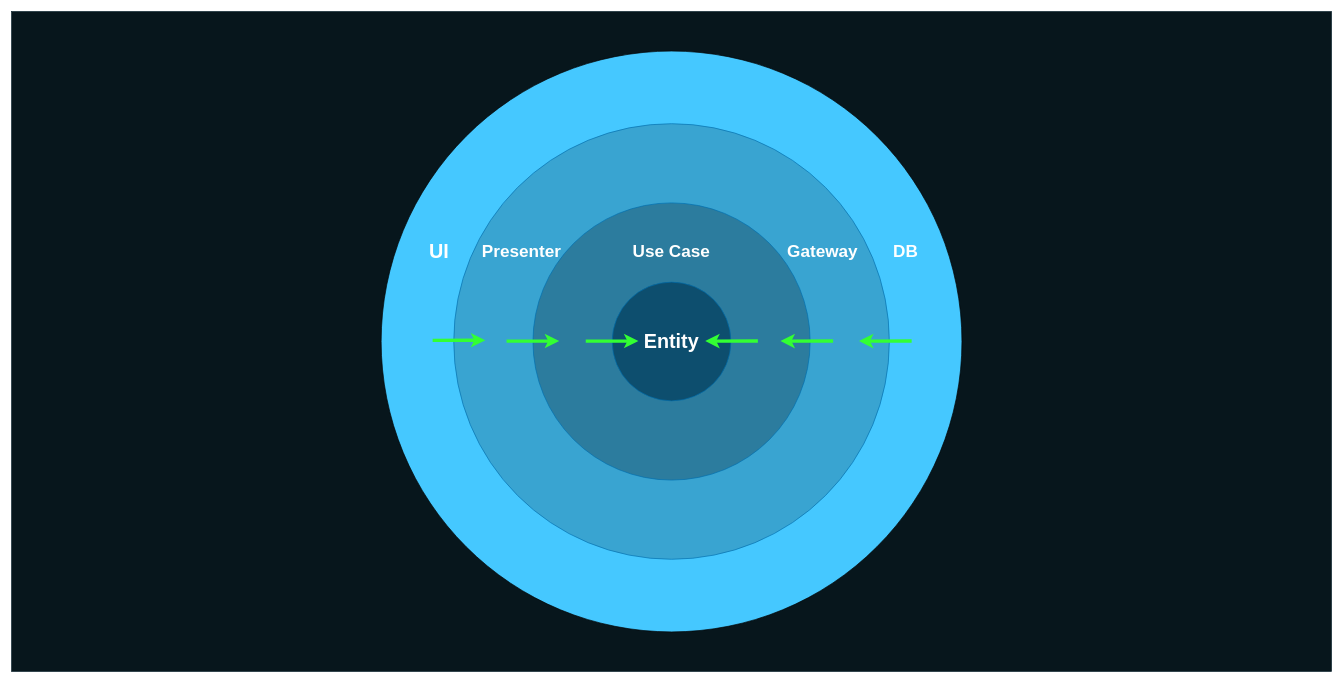
The draw.io diagram deck/ru/diagrams/caLayersUsual.drawio in AlexanderLapygin/ca-react-rest-api-starter, before the edit. Source tidied: cells renumbered, new cells numbered last; positions are measured from the earlier drawing's top-left corner, leaving out a move shared by most shapes. Both pictures are drawn from the tidied source at 66%, with x=0, y=0 at pixel (11, 11).
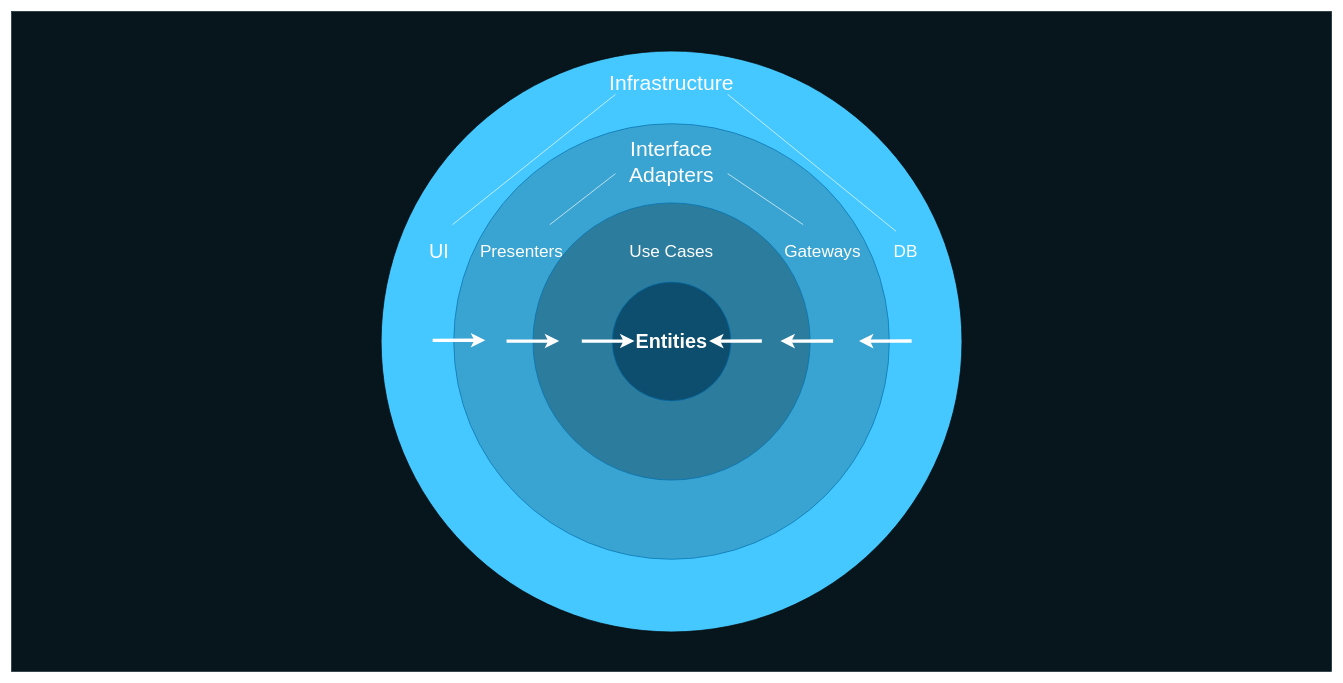
Above is the later version.

Diff of the diagram source:
```diff
@@
-    <mxCell id="6" value="Entity" style="ellipse;whiteSpace=wrap;html=1;fillColor=#0D4E6E;fontSize=30;fontStyle=1;strokeColor=#006EAF;fontColor=#ffffff;" parent="1" vertex="1">
+    <mxCell id="6" value="Entities" style="ellipse;whiteSpace=wrap;html=1;fillColor=#0D4E6E;fontSize=30;fontStyle=1;strokeColor=#006EAF;fontColor=#ffffff;" parent="1" vertex="1">
       <mxGeometry x="910" y="409.9" width="180" height="180" as="geometry" />
     </mxCell>
-    <mxCell id="7" value="Use Case" style="text;html=1;strokeColor=none;fillColor=none;align=center;verticalAlign=middle;whiteSpace=wrap;rounded=0;fontSize=26;fontStyle=1;fontColor=#FFFFFF;" parent="1" vertex="1">
+    <mxCell id="7" value="Use Cases" style="text;html=1;strokeColor=none;fillColor=none;align=center;verticalAlign=middle;whiteSpace=wrap;rounded=0;fontSize=26;fontStyle=0;fontColor=#FFFFFF;" parent="1" vertex="1">
       <mxGeometry x="915" y="327.9" width="170" height="70" as="geometry" />
     </mxCell>
-    <mxCell id="8" value="Presenter" style="text;html=1;strokeColor=none;fillColor=none;align=center;verticalAlign=middle;whiteSpace=wrap;rounded=0;fontSize=26;fontStyle=1;fontColor=#FFFFFF;" parent="1" vertex="1">
+    <mxCell id="8" value="Presenters" style="text;html=1;strokeColor=none;fillColor=none;align=center;verticalAlign=middle;whiteSpace=wrap;rounded=0;fontSize=26;fontStyle=0;fontColor=#FFFFFF;" parent="1" vertex="1">
       <mxGeometry x="688" y="322.9" width="170" height="80" as="geometry" />
     </mxCell>
-    <mxCell id="9" value="Gateway" style="text;html=1;strokeColor=none;fillColor=none;align=center;verticalAlign=middle;whiteSpace=wrap;rounded=0;fontSize=26;fontStyle=1;fontColor=#FFFFFF;" parent="1" vertex="1">
+    <mxCell id="9" value="Gateways" style="text;html=1;strokeColor=none;fillColor=none;align=center;verticalAlign=middle;whiteSpace=wrap;rounded=0;fontSize=26;fontStyle=0;fontColor=#FFFFFF;" parent="1" vertex="1">
       <mxGeometry x="1170" y="322.9" width="118" height="80" as="geometry" />
     </mxCell>
-    <mxCell id="10" value="DB" style="text;html=1;strokeColor=none;fillColor=none;align=center;verticalAlign=middle;whiteSpace=wrap;rounded=0;fontSize=26;fontStyle=1;fontColor=#FFFFFF;" parent="1" vertex="1">
+    <mxCell id="10" value="DB" style="text;html=1;strokeColor=none;fillColor=none;align=center;verticalAlign=middle;whiteSpace=wrap;rounded=0;fontSize=26;fontStyle=0;fontColor=#FFFFFF;" parent="1" vertex="1">
       <mxGeometry x="1300" y="337.9" width="110" height="50" as="geometry" />
     </mxCell>
-    <mxCell id="11" value="UI" style="text;html=1;strokeColor=none;fillColor=none;align=center;verticalAlign=middle;whiteSpace=wrap;rounded=0;fontSize=30;fontStyle=1;fontColor=#FFFFFF;" parent="1" vertex="1">
+    <mxCell id="11" value="UI" style="text;html=1;strokeColor=none;fillColor=none;align=center;verticalAlign=middle;whiteSpace=wrap;rounded=0;fontSize=30;fontStyle=0;fontColor=#FFFFFF;" parent="1" vertex="1">
       <mxGeometry x="608" y="322.9" width="80" height="80" as="geometry" />
     </mxCell>
-    <mxCell id="12" style="endArrow=classic;html=1;labelBackgroundColor=none;strokeColor=#33FF33;strokeWidth=5;fontSize=17;fontColor=#FFFFFF;exitX=0.155;exitY=0.463;exitDx=0;exitDy=0;exitPerimeter=0;entryX=0.102;entryY=0.499;entryDx=0;entryDy=0;entryPerimeter=0;" parent="1" edge="1">
+    <mxCell id="12" style="endArrow=classic;html=1;labelBackgroundColor=none;strokeColor=#FFFFFF;strokeWidth=5;fontSize=17;fontColor=#FFFFFF;exitX=0.155;exitY=0.463;exitDx=0;exitDy=0;exitPerimeter=0;entryX=0.102;entryY=0.499;entryDx=0;entryDy=0;entryPerimeter=0;" parent="1" edge="1">
       <mxGeometry relative="1" as="geometry">
         <mxPoint x="638" y="498.2" as="sourcePoint" />
         <mxPoint x="717.8" y="498" as="targetPoint" />
       </mxGeometry>
     </mxCell>
-    <mxCell id="13" style="endArrow=classic;html=1;labelBackgroundColor=none;strokeColor=#33FF33;strokeWidth=5;fontSize=17;fontColor=#FFFFFF;exitX=0.155;exitY=0.463;exitDx=0;exitDy=0;exitPerimeter=0;entryX=0.102;entryY=0.499;entryDx=0;entryDy=0;entryPerimeter=0;" parent="1" edge="1">
+    <mxCell id="13" style="endArrow=classic;html=1;labelBackgroundColor=none;strokeColor=#FFFFFF;strokeWidth=5;fontSize=17;fontColor=#FFFFFF;exitX=0.155;exitY=0.463;exitDx=0;exitDy=0;exitPerimeter=0;entryX=0.102;entryY=0.499;entryDx=0;entryDy=0;entryPerimeter=0;" parent="1" edge="1">
       <mxGeometry relative="1" as="geometry">
         <mxPoint x="750" y="499.3" as="sourcePoint" />
         <mxPoint x="829.8" y="499.2" as="targetPoint" />
       </mxGeometry>
     </mxCell>
-    <mxCell id="14" style="endArrow=classic;html=1;labelBackgroundColor=none;strokeColor=#33FF33;strokeWidth=5;fontSize=17;fontColor=#FFFFFF;exitX=0.155;exitY=0.463;exitDx=0;exitDy=0;exitPerimeter=0;entryX=0.102;entryY=0.499;entryDx=0;entryDy=0;entryPerimeter=0;" parent="1" edge="1">
+    <mxCell id="14" style="endArrow=classic;html=1;labelBackgroundColor=none;strokeColor=#FFFFFF;strokeWidth=5;fontSize=17;fontColor=#FFFFFF;exitX=0.155;exitY=0.463;exitDx=0;exitDy=0;exitPerimeter=0;entryX=0.102;entryY=0.499;entryDx=0;entryDy=0;entryPerimeter=0;" parent="1" edge="1">
       <mxGeometry relative="1" as="geometry">
-        <mxPoint x="870" y="499.3" as="sourcePoint" />
-        <mxPoint x="949.8" y="499.2" as="targetPoint" />
+        <mxPoint x="864" y="499.3" as="sourcePoint" />
+        <mxPoint x="943.8" y="499.2" as="targetPoint" />
       </mxGeometry>
     </mxCell>
-    <mxCell id="15" style="endArrow=none;html=1;labelBackgroundColor=none;strokeColor=#33FF33;strokeWidth=5;fontSize=17;fontColor=#FFFFFF;exitX=0.155;exitY=0.463;exitDx=0;exitDy=0;exitPerimeter=0;entryX=0.102;entryY=0.499;entryDx=0;entryDy=0;entryPerimeter=0;startArrow=classic;startFill=0;endFill=0;" parent="1" edge="1">
+    <mxCell id="15" style="endArrow=none;html=1;labelBackgroundColor=none;strokeColor=#FFFFFF;strokeWidth=5;fontSize=17;fontColor=#FFFFFF;exitX=0.155;exitY=0.463;exitDx=0;exitDy=0;exitPerimeter=0;entryX=0.102;entryY=0.499;entryDx=0;entryDy=0;entryPerimeter=0;startArrow=classic;startFill=0;endFill=0;" parent="1" edge="1">
       <mxGeometry relative="1" as="geometry">
-        <mxPoint x="1051" y="499.3" as="sourcePoint" />
-        <mxPoint x="1130.8" y="499.2" as="targetPoint" />
+        <mxPoint x="1057" y="499.3" as="sourcePoint" />
+        <mxPoint x="1136.8" y="499.2" as="targetPoint" />
       </mxGeometry>
     </mxCell>
-    <mxCell id="16" style="endArrow=none;html=1;labelBackgroundColor=none;strokeColor=#33FF33;strokeWidth=5;fontSize=17;fontColor=#FFFFFF;exitX=0.155;exitY=0.463;exitDx=0;exitDy=0;exitPerimeter=0;entryX=0.102;entryY=0.499;entryDx=0;entryDy=0;entryPerimeter=0;startArrow=classic;startFill=0;endFill=0;" parent="1" edge="1">
+    <mxCell id="16" style="endArrow=none;html=1;labelBackgroundColor=none;strokeColor=#FFFFFF;strokeWidth=5;fontSize=17;fontColor=#FFFFFF;exitX=0.155;exitY=0.463;exitDx=0;exitDy=0;exitPerimeter=0;entryX=0.102;entryY=0.499;entryDx=0;entryDy=0;entryPerimeter=0;startArrow=classic;startFill=0;endFill=0;" parent="1" edge="1">
       <mxGeometry relative="1" as="geometry">
         <mxPoint x="1165" y="499.3" as="sourcePoint" />
         <mxPoint x="1244.8" y="499.2" as="targetPoint" />
       </mxGeometry>
     </mxCell>
-    <mxCell id="17" style="endArrow=none;html=1;labelBackgroundColor=none;strokeColor=#33FF33;strokeWidth=5;fontSize=17;fontColor=#FFFFFF;exitX=0.155;exitY=0.463;exitDx=0;exitDy=0;exitPerimeter=0;entryX=0.102;entryY=0.499;entryDx=0;entryDy=0;entryPerimeter=0;startArrow=classic;startFill=0;endFill=0;" parent="1" edge="1">
+    <mxCell id="17" style="endArrow=none;html=1;labelBackgroundColor=none;strokeColor=#FFFFFF;strokeWidth=5;fontSize=17;fontColor=#FFFFFF;exitX=0.155;exitY=0.463;exitDx=0;exitDy=0;exitPerimeter=0;entryX=0.102;entryY=0.499;entryDx=0;entryDy=0;entryPerimeter=0;startArrow=classic;startFill=0;endFill=0;" parent="1" edge="1">
       <mxGeometry relative="1" as="geometry">
         <mxPoint x="1284" y="499.3" as="sourcePoint" />
         <mxPoint x="1363.8" y="499.2" as="targetPoint" />
       </mxGeometry>
     </mxCell>
+    <mxCell id="18" value="Interface Adapters" style="text;html=1;strokeColor=none;fillColor=none;align=center;verticalAlign=middle;whiteSpace=wrap;rounded=0;fontSize=32;fontStyle=0;fontColor=#FFFFFF;" parent="1" vertex="1">
+      <mxGeometry x="915" y="193" width="170" height="70" as="geometry" />
+    </mxCell>
+    <mxCell id="19" value="Infrastructure" style="text;html=1;strokeColor=none;fillColor=none;align=center;verticalAlign=middle;whiteSpace=wrap;rounded=0;fontSize=32;fontStyle=0;fontColor=#FFFFFF;" parent="1" vertex="1">
+      <mxGeometry x="915" y="73" width="170" height="70" as="geometry" />
+    </mxCell>
+    <mxCell id="20" style="endArrow=none;html=1;labelBackgroundColor=none;strokeColor=#FFFFFF;strokeWidth=1;fontSize=32;fontColor=#FFFFFF;entryX=0;entryY=0.75;entryDx=0;entryDy=0;exitX=0.75;exitY=0;exitDx=0;exitDy=0;" parent="1" edge="1" source="8" target="18">
+      <mxGeometry relative="1" as="geometry" />
+    </mxCell>
+    <mxCell id="21" style="endArrow=none;html=1;labelBackgroundColor=none;strokeColor=#FFFFFF;strokeWidth=1;fontSize=32;fontColor=#FFFFFF;entryX=1;entryY=0.75;entryDx=0;entryDy=0;exitX=0.25;exitY=0;exitDx=0;exitDy=0;" parent="1" edge="1" source="9" target="18">
+      <mxGeometry relative="1" as="geometry" />
+    </mxCell>
+    <mxCell id="22" style="endArrow=none;html=1;labelBackgroundColor=none;strokeColor=#FFFFFF;strokeWidth=1;fontSize=32;fontColor=#FFFFFF;entryX=0;entryY=0.75;entryDx=0;entryDy=0;exitX=0.75;exitY=0;exitDx=0;exitDy=0;" parent="1" edge="1" source="11" target="19">
+      <mxGeometry relative="1" as="geometry" />
+    </mxCell>
+    <mxCell id="23" style="endArrow=none;html=1;labelBackgroundColor=none;strokeColor=#FFFFFF;strokeWidth=1;fontSize=32;fontColor=#FFFFFF;entryX=1;entryY=0.75;entryDx=0;entryDy=0;exitX=0.364;exitY=-0.1;exitDx=0;exitDy=0;exitPerimeter=0;" parent="1" edge="1" source="10" target="19">
+      <mxGeometry relative="1" as="geometry" />
+    </mxCell>
```
